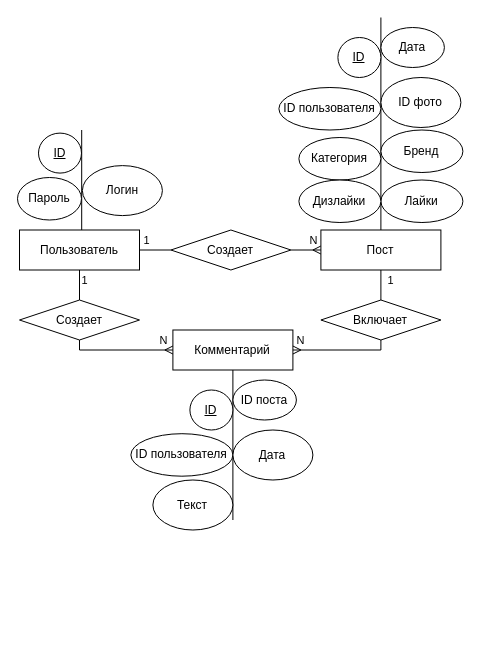
Above: assets/er.drawio in ell1jah/bmstu_web (draw.io), before the change. Source tidied: cells renumbered, new cells numbered last; positions are measured from the earlier drawing's top-left corner, leaving out a move shared by most shapes. Both pictures are drawn from the tidied source at 100%, with x=0, y=0 at pixel (17, 17).
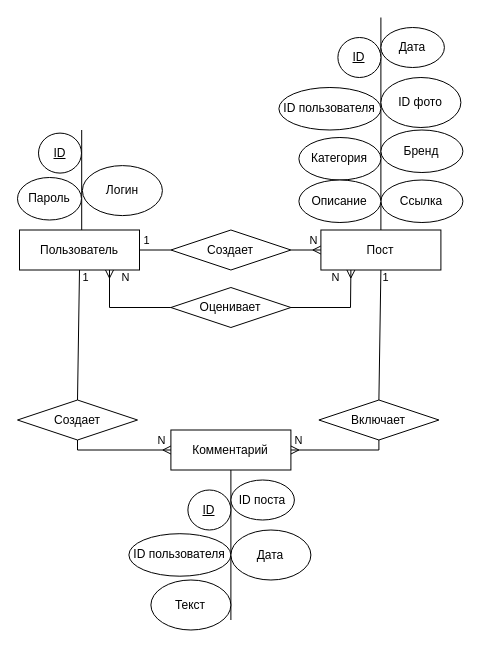
After the change.

Unchanged cells that the change refers to:
```xml
<mxCell id="2" value="Пользователь" style="whiteSpace=wrap;html=1;align=center;" parent="1" vertex="1">
  <mxGeometry x="2" y="212.5" width="120" height="40" as="geometry" />
</mxCell>
<mxCell id="8" value="Пост" style="whiteSpace=wrap;html=1;align=center;" parent="1" vertex="1">
  <mxGeometry x="303.4" y="212.5" width="120" height="40" as="geometry" />
</mxCell>
```

The edit, as a diff of the source:
```diff
@@
     <mxCell id="14" style="endArrow=none;html=1;rounded=0;entryX=0.5;entryY=1;entryDx=0;entryDy=0;" parent="1" edge="1" target="15">
       <mxGeometry relative="1" as="geometry">
-        <mxPoint x="215.4" y="502.5" as="sourcePoint" />
+        <mxPoint x="213.4" y="602.5" as="sourcePoint" />
       </mxGeometry>
     </mxCell>
     <mxCell id="15" value="Комментарий" style="whiteSpace=wrap;html=1;align=center;" parent="1" vertex="1">
-      <mxGeometry x="155.4" y="312.5" width="120" height="40" as="geometry" />
+      <mxGeometry x="153.4" y="412.5" width="120" height="40" as="geometry" />
     </mxCell>
     <mxCell id="16" value="ID" style="ellipse;whiteSpace=wrap;html=1;align=center;fontStyle=4;" parent="1" vertex="1">
-      <mxGeometry x="172.4" y="372.5" width="43" height="40" as="geometry" />
+      <mxGeometry x="170.4" y="472.5" width="43" height="40" as="geometry" />
     </mxCell>
     <mxCell id="17" value="ID пользователя" style="ellipse;whiteSpace=wrap;html=1;align=center;" parent="1" vertex="1">
-      <mxGeometry x="113.4" y="416.2" width="102" height="42.5" as="geometry" />
+      <mxGeometry x="111.4" y="516.2" width="102" height="42.5" as="geometry" />
     </mxCell>
     <mxCell id="18" value="Дата" style="ellipse;whiteSpace=wrap;html=1;align=center;" parent="1" vertex="1">
-      <mxGeometry x="215.4" y="412.5" width="80" height="50" as="geometry" />
+      <mxGeometry x="213.4" y="512.5" width="80" height="50" as="geometry" />
     </mxCell>
     <mxCell id="19" value="ID поста" style="ellipse;whiteSpace=wrap;html=1;align=center;" parent="1" vertex="1">
-      <mxGeometry x="215.4" y="362.5" width="63.5" height="40" as="geometry" />
+      <mxGeometry x="213.4" y="462.5" width="63.5" height="40" as="geometry" />
     </mxCell>
     <mxCell id="20" value="1" style="edgeStyle=none;html=1;exitX=0.5;exitY=0;exitDx=0;exitDy=0;entryX=0.5;entryY=1;entryDx=0;entryDy=0;endArrow=none;endFill=0;" parent="1" edge="1" source="22" target="8">
-      <mxGeometry x="0.33" y="-10" relative="1" as="geometry" />
+      <mxGeometry x="0.89" y="-5" relative="1" as="geometry" />
     </mxCell>
     <mxCell id="21" value="N" style="edgeStyle=orthogonalEdgeStyle;html=1;exitX=0.5;exitY=1;exitDx=0;exitDy=0;endArrow=ERmany;endFill=0;rounded=0;entryX=0;entryY=0.5;entryDx=0;entryDy=0;" parent="1" edge="1" source="31" target="15">
       <mxGeometry x="0.81" y="10" relative="1" as="geometry">
         <Array as="points">
-          <mxPoint x="62.4" y="332.5" />
+          <mxPoint x="60.4" y="432.5" />
         </Array>
       </mxGeometry>
     </mxCell>
     <mxCell id="22" value="Включает" style="shape=rhombus;perimeter=rhombusPerimeter;whiteSpace=wrap;html=1;align=center;" parent="1" vertex="1">
-      <mxGeometry x="303.4" y="282.5" width="120" height="40" as="geometry" />
+      <mxGeometry x="301.4" y="382.5" width="120" height="40" as="geometry" />
     </mxCell>
     <mxCell id="23" value="N" style="edgeStyle=none;rounded=0;html=1;entryX=1;entryY=0.5;entryDx=0;entryDy=0;endArrow=ERmany;endFill=0;exitX=0.5;exitY=1;exitDx=0;exitDy=0;" parent="1" edge="1" source="22" target="15">
       <mxGeometry x="0.84" y="-10" relative="1" as="geometry">
         <Array as="points">
-          <mxPoint x="363.4" y="332.5" />
+          <mxPoint x="361.4" y="432.5" />
         </Array>
       </mxGeometry>
     </mxCell>
@@
-    <mxCell id="28" value="Лайки" style="ellipse;whiteSpace=wrap;html=1;align=center;" parent="1" vertex="1">
+    <mxCell id="28" value="Ссылка" style="ellipse;whiteSpace=wrap;html=1;align=center;" parent="1" vertex="1">
       <mxGeometry x="363.4" y="162.5" width="82" height="42.5" as="geometry" />
     </mxCell>
-    <mxCell id="29" value="Дизлайки" style="ellipse;whiteSpace=wrap;html=1;align=center;" parent="1" vertex="1">
+    <mxCell id="29" value="Описание" style="ellipse;whiteSpace=wrap;html=1;align=center;" parent="1" vertex="1">
       <mxGeometry x="281.4" y="162.5" width="82" height="42.5" as="geometry" />
     </mxCell>
     <mxCell id="30" value="Текст" style="ellipse;whiteSpace=wrap;html=1;align=center;" parent="1" vertex="1">
-      <mxGeometry x="135.4" y="462.5" width="80" height="50" as="geometry" />
+      <mxGeometry x="133.4" y="562.5" width="80" height="50" as="geometry" />
     </mxCell>
     <mxCell id="31" value="Создает" style="shape=rhombus;perimeter=rhombusPerimeter;whiteSpace=wrap;html=1;align=center;" parent="1" vertex="1">
-      <mxGeometry x="2" y="282.5" width="120" height="40" as="geometry" />
+      <mxGeometry y="382.5" width="120" height="40" as="geometry" />
     </mxCell>
     <mxCell id="32" value="1" style="edgeStyle=none;html=1;exitX=0.5;exitY=0;exitDx=0;exitDy=0;entryX=0.5;entryY=1;entryDx=0;entryDy=0;endArrow=none;endFill=0;" parent="1" edge="1" source="31" target="2">
-      <mxGeometry x="0.33" y="-5" relative="1" as="geometry" />
+      <mxGeometry x="0.89" y="-6" relative="1" as="geometry" />
     </mxCell>
+    <mxCell id="33" value="N" style="edgeStyle=none;html=1;exitX=0;exitY=0.5;exitDx=0;exitDy=0;entryX=0.75;entryY=1;entryDx=0;entryDy=0;endArrow=ERmany;endFill=0;rounded=0;" parent="1" edge="1" source="35" target="2">
+      <mxGeometry x="0.85" y="-16" relative="1" as="geometry">
+        <Array as="points">
+          <mxPoint x="92" y="290" />
+        </Array>
+      </mxGeometry>
+    </mxCell>
+    <mxCell id="34" value="N" style="edgeStyle=none;html=1;exitX=1;exitY=0.5;exitDx=0;exitDy=0;entryX=0.25;entryY=1;entryDx=0;entryDy=0;endArrow=ERmany;endFill=0;rounded=0;" parent="1" edge="1" source="35" target="8">
+      <mxGeometry x="0.84" y="15" relative="1" as="geometry">
+        <Array as="points">
+          <mxPoint x="333" y="290" />
+        </Array>
+      </mxGeometry>
+    </mxCell>
+    <mxCell id="35" value="Оценивает" style="shape=rhombus;perimeter=rhombusPerimeter;whiteSpace=wrap;html=1;align=center;" parent="1" vertex="1">
+      <mxGeometry x="153.4" y="270" width="120" height="40" as="geometry" />
+    </mxCell>
```
